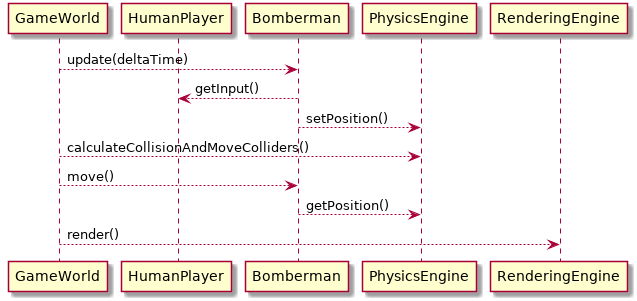
NadzwyczajnaGrupaRobocza/bomberman keeps this PlantUML diagram as docs/img/UC_3_2.png. Above is the earlier version.
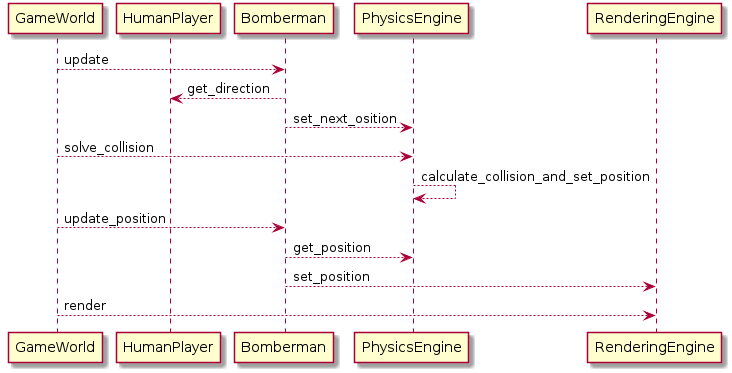
After the commit.

Change to the diagram source:
```diff
@@ -6,13 +6,18 @@
 participant PhysicsEngine
 participant RenderingEngine
 
-GameWorld --> Bomberman : update(deltaTime)
-Bomberman --> HumanPlayer : getInput()
-Bomberman --> PhysicsEngine : setPosition()
-GameWorld --> PhysicsEngine : calculateCollisionAndMoveColliders()
-GameWorld --> Bomberman :  move()
-Bomberman --> PhysicsEngine : getPosition()
-GameWorld --> RenderingEngine : render()
+GameWorld --> Bomberman : update
+Bomberman --> HumanPlayer : get_direction
+Bomberman --> PhysicsEngine : set_next_osition
+
+GameWorld --> PhysicsEngine : solve_collision
+PhysicsEngine --> PhysicsEngine : calculate_collision_and_set_position
+
+GameWorld --> Bomberman : update_position
+Bomberman --> PhysicsEngine : get_position
+Bomberman --> RenderingEngine : set_position
+
+GameWorld --> RenderingEngine : render
 
 
 @enduml
```
